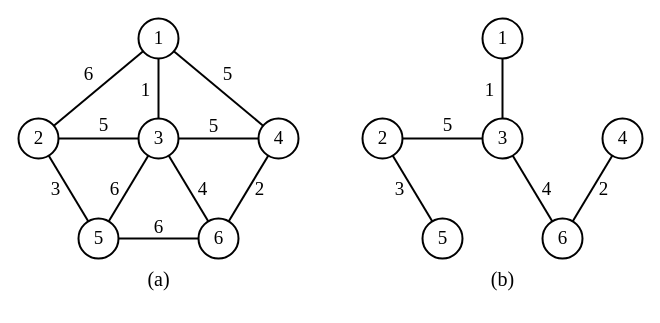
This is 10/10-1.drawio from Wankupi/figures, a draw.io file, before an edit. Source tidied: cells renumbered, new cells numbered last; positions are measured from the earlier drawing's top-left corner, leaving out a move shared by most shapes. Both pictures are drawn from the tidied source at 100%, with x=0, y=0 at pixel (18, 18).
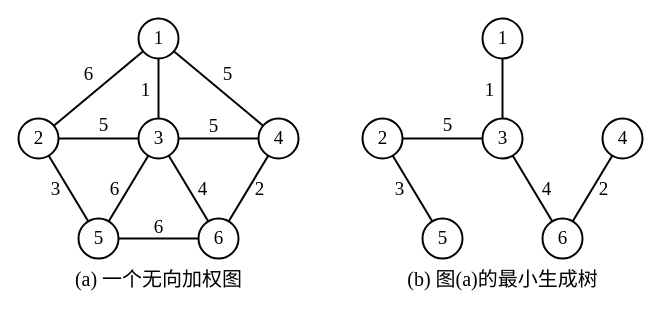
Above is the later version.

Unchanged cells that the change refers to:
```xml
<mxCell id="3" style="group;" parent="2" vertex="1">
  <mxGeometry width="280" height="288" as="geometry" />
</mxCell>
<mxCell id="38" style="group;" parent="2" vertex="1">
  <mxGeometry x="344" width="280" height="288" as="geometry" />
</mxCell>
```

The edit, as a diff of the source:
```diff
@@
-    <mxCell id="37" value="(a)" style="text;html=1;align=center;verticalAlign=middle;strokeColor=none;fillColor=none;labelPosition=center;verticalLabelPosition=middle;fontFamily=Times New Roman;fontSize=20;" parent="3" vertex="1">
-      <mxGeometry x="115" y="240" width="50" height="40" as="geometry" />
+    <mxCell id="37" value="(a) &lt;font face=&quot;SimSun&quot;&gt;一个无向加权图&lt;/font&gt;" style="text;html=1;align=center;verticalAlign=middle;strokeColor=none;fillColor=none;labelPosition=center;verticalLabelPosition=middle;fontFamily=Times New Roman;fontSize=20;" parent="3" vertex="1">
+      <mxGeometry x="45" y="240" width="190" height="40" as="geometry" />
     </mxCell>
@@
-    <mxCell id="62" value="(b)" style="text;html=1;align=center;verticalAlign=middle;strokeColor=none;fillColor=none;labelPosition=center;verticalLabelPosition=middle;fontFamily=Times New Roman;fontSize=20;" parent="38" vertex="1">
-      <mxGeometry x="115" y="240" width="50" height="40" as="geometry" />
+    <mxCell id="62" value="(b) &lt;font face=&quot;SimSun&quot;&gt;图&lt;/font&gt;(a)&lt;font face=&quot;SimSun&quot;&gt;的最小生成树&lt;/font&gt;" style="text;html=1;align=center;verticalAlign=middle;strokeColor=none;fillColor=none;labelPosition=center;verticalLabelPosition=middle;fontFamily=Times New Roman;fontSize=20;" parent="38" vertex="1">
+      <mxGeometry x="35" y="240" width="210" height="40" as="geometry" />
     </mxCell>
```
